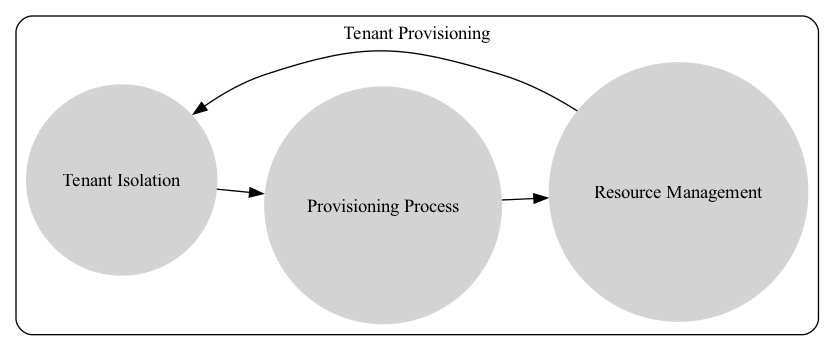
Before: diagrams/saas_cosmology_1.png, a diagram exported from Graphviz (navicore/saas_cosmology). Its source is kept beside it as diagrams/saas_cosmology_1.dot.
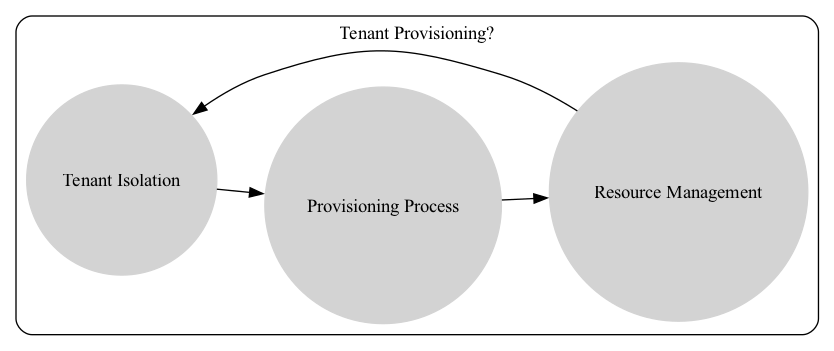
The same diagram one commit later.

What changed in the source:
```diff
@@ -3,7 +3,7 @@
     node [shape=circle, style=filled, color=lightgrey];
 
     subgraph cluster0 {
-        label = "Tenant Provisioning";
+        label = "Tenant Provisioning?";
         style=rounded;
         TenantIsolation [label="Tenant Isolation"];
         ProvisioningProcess [label="Provisioning Process"];
```
